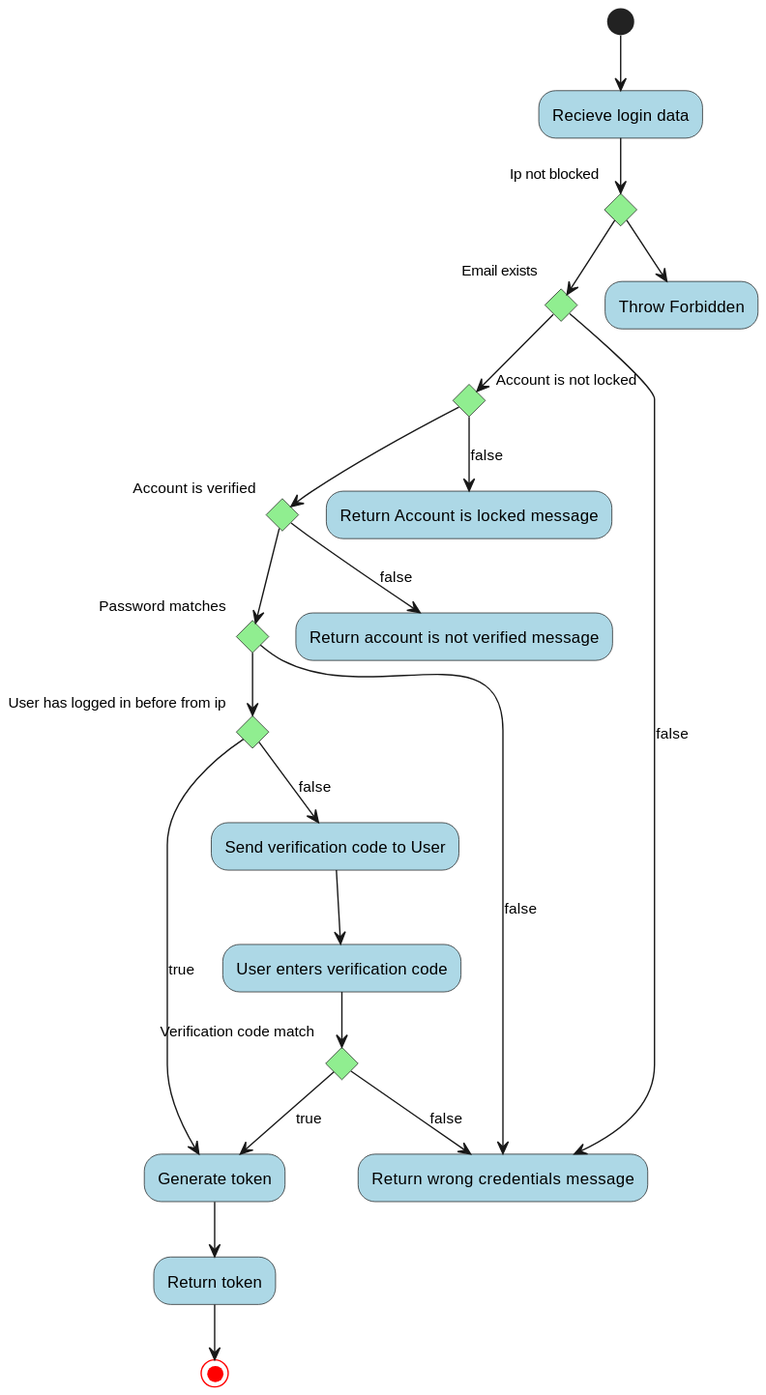
Above: Docs/out/FlowCharts/LoginFlowChart/Login Flowchart.svg in blackout1471/trust-us-school (PlantUML), before the change.
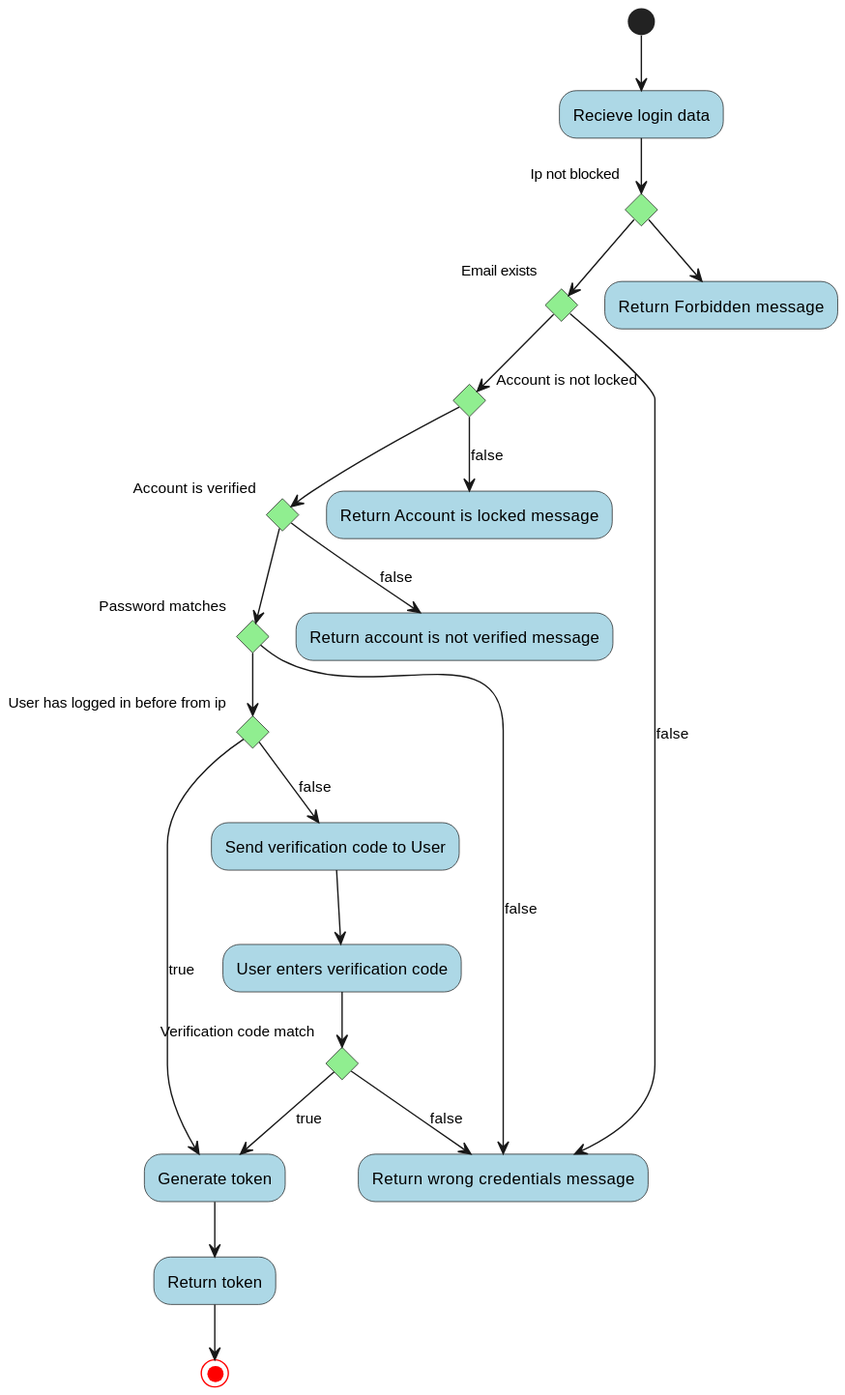
After the commit.

The edit, as a diff of the source:
```diff
@@ -43,6 +43,6 @@
 
     end if
 else
- --> "Throw Forbidden"
+ --> "Return Forbidden message"
 end if
 @enduml
```
